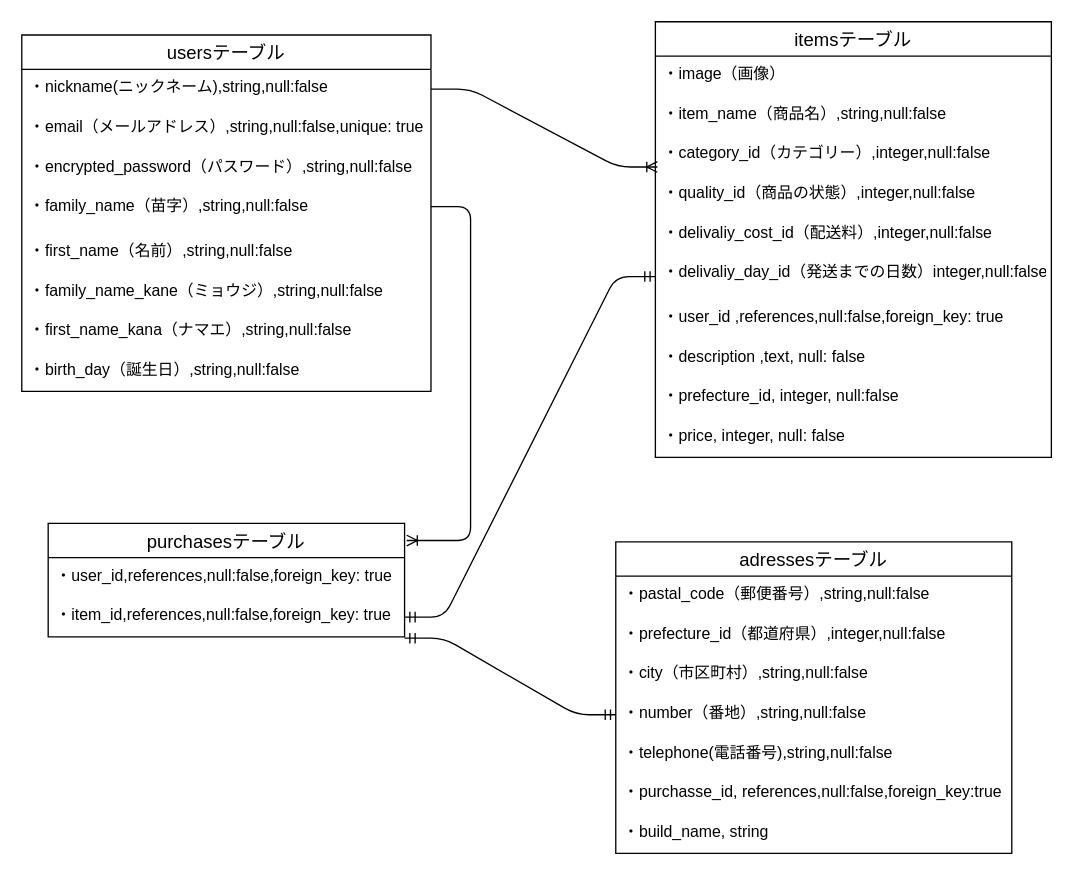
yuta-d/furima-34332 keeps this draw.io diagram as furima.dio. Above is the earlier version. Source tidied: cells renumbered, new cells numbered last; positions are measured from the earlier drawing's top-left corner, leaving out a move shared by most shapes. Both pictures are drawn from the tidied source at 132%, with x=0, y=0 at pixel (21, 21).
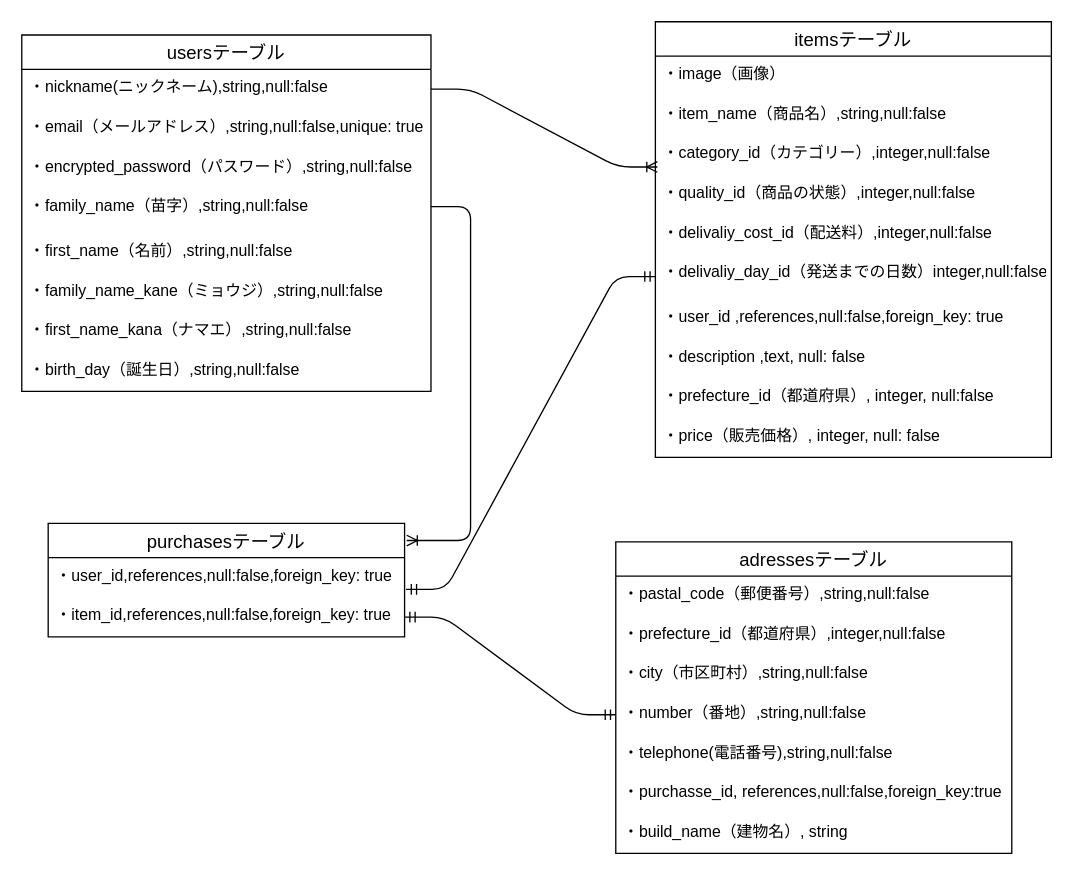
The same page after the edit.

Commit message:
データベース設計修正７

The change refers to these unchanged cells:
```xml
<mxCell id="11" value="itemsテーブル" style="swimlane;fontStyle=0;horizontal=1;startSize=26;align=center;fontSize=14;" parent="1" vertex="1">
  <mxGeometry x="480" width="300" height="330" as="geometry" />
</mxCell>
<mxCell id="17" value="・delivaliy_day_id（発送までの日数）integer,null:false" style="text;strokeColor=none;fillColor=none;spacingLeft=4;spacingRight=4;overflow=hidden;points=[[0,0.5],[1,0.5]];portConstraint=eastwest;fontSize=12;" parent="11" vertex="1">
  <mxGeometry y="176" width="300" height="34" as="geometry" />
</mxCell>
<mxCell id="24" value="・user_id,references,null:false,foreign_key: true" style="text;strokeColor=none;fillColor=none;spacingLeft=4;spacingRight=4;overflow=hidden;points=[[0,0.5],[1,0.5]];portConstraint=eastwest;fontSize=12;" parent="23" vertex="1">
  <mxGeometry y="26" width="270" height="30" as="geometry" />
</mxCell>
<mxCell id="25" value="・item_id,references,null:false,foreign_key: true" style="text;strokeColor=none;fillColor=none;spacingLeft=4;spacingRight=4;overflow=hidden;points=[[0,0.5],[1,0.5]];portConstraint=eastwest;fontSize=12;" parent="23" vertex="1">
  <mxGeometry y="56" width="270" height="30" as="geometry" />
</mxCell>
<mxCell id="27" value="adressesテーブル" style="swimlane;fontStyle=0;horizontal=1;startSize=26;align=center;fontSize=14;" parent="1" vertex="1">
  <mxGeometry x="450" y="394" width="300" height="236" as="geometry" />
</mxCell>
<mxCell id="31" value="・number（番地）,string,null:false" style="text;strokeColor=none;fillColor=none;spacingLeft=4;spacingRight=4;overflow=hidden;points=[[0,0.5],[1,0.5]];portConstraint=eastwest;fontSize=12;" parent="27" vertex="1">
  <mxGeometry y="116" width="300" height="30" as="geometry" />
</mxCell>
```

What changed in the source:
```diff
@@
-    <mxCell id="20" value="・prefecture_id, integer, null:false" style="text;strokeColor=none;fillColor=none;spacingLeft=4;spacingRight=4;overflow=hidden;fontSize=12;" parent="11" vertex="1">
+    <mxCell id="20" value="・prefecture_id（都道府県）, integer, null:false" style="text;strokeColor=none;fillColor=none;spacingLeft=4;spacingRight=4;overflow=hidden;fontSize=12;" parent="11" vertex="1">
       <mxGeometry y="270" width="300" height="30" as="geometry" />
     </mxCell>
-    <mxCell id="21" value="・price, integer, null: false" style="text;strokeColor=none;fillColor=none;spacingLeft=4;spacingRight=4;overflow=hidden;fontSize=12;" parent="11" vertex="1">
+    <mxCell id="21" value="・price（販売価格）, integer, null: false" style="text;strokeColor=none;fillColor=none;spacingLeft=4;spacingRight=4;overflow=hidden;fontSize=12;" parent="11" vertex="1">
       <mxGeometry y="300" width="300" height="30" as="geometry" />
     </mxCell>
@@
-    <mxCell id="26" style="edgeStyle=entityRelationEdgeStyle;fontSize=12;html=1;endArrow=ERmandOne;startArrow=ERmandOne;entryX=0;entryY=0.5;entryDx=0;entryDy=0;exitX=1;exitY=0.5;exitDx=0;exitDy=0;" parent="1" edge="1" source="25" target="17">
+    <mxCell id="26" style="edgeStyle=entityRelationEdgeStyle;fontSize=12;html=1;endArrow=ERmandOne;startArrow=ERmandOne;entryX=0;entryY=0.5;entryDx=0;entryDy=0;exitX=1.004;exitY=0.8;exitDx=0;exitDy=0;exitPerimeter=0;" parent="1" edge="1" source="24" target="17">
       <mxGeometry relative="1" as="geometry" />
     </mxCell>
@@
-    <mxCell id="34" value="・build_name, string" style="text;strokeColor=none;fillColor=none;spacingLeft=4;spacingRight=4;overflow=hidden;fontSize=12;" parent="27" vertex="1">
+    <mxCell id="34" value="・build_name（建物名）, string" style="text;strokeColor=none;fillColor=none;spacingLeft=4;spacingRight=4;overflow=hidden;fontSize=12;" parent="27" vertex="1">
       <mxGeometry y="206" width="300" height="30" as="geometry" />
     </mxCell>
@@
-    <mxCell id="36" style="edgeStyle=entityRelationEdgeStyle;fontSize=12;html=1;endArrow=ERmandOne;startArrow=ERmandOne;exitX=1;exitY=1.033;exitDx=0;exitDy=0;exitPerimeter=0;entryX=0;entryY=0.5;entryDx=0;entryDy=0;" parent="1" edge="1" source="25" target="31">
+    <mxCell id="36" style="edgeStyle=entityRelationEdgeStyle;fontSize=12;html=1;endArrow=ERmandOne;startArrow=ERmandOne;exitX=1;exitY=0.5;exitDx=0;exitDy=0;entryX=0;entryY=0.5;entryDx=0;entryDy=0;" parent="1" edge="1" source="25" target="31">
       <mxGeometry relative="1" as="geometry" />
     </mxCell>
```
